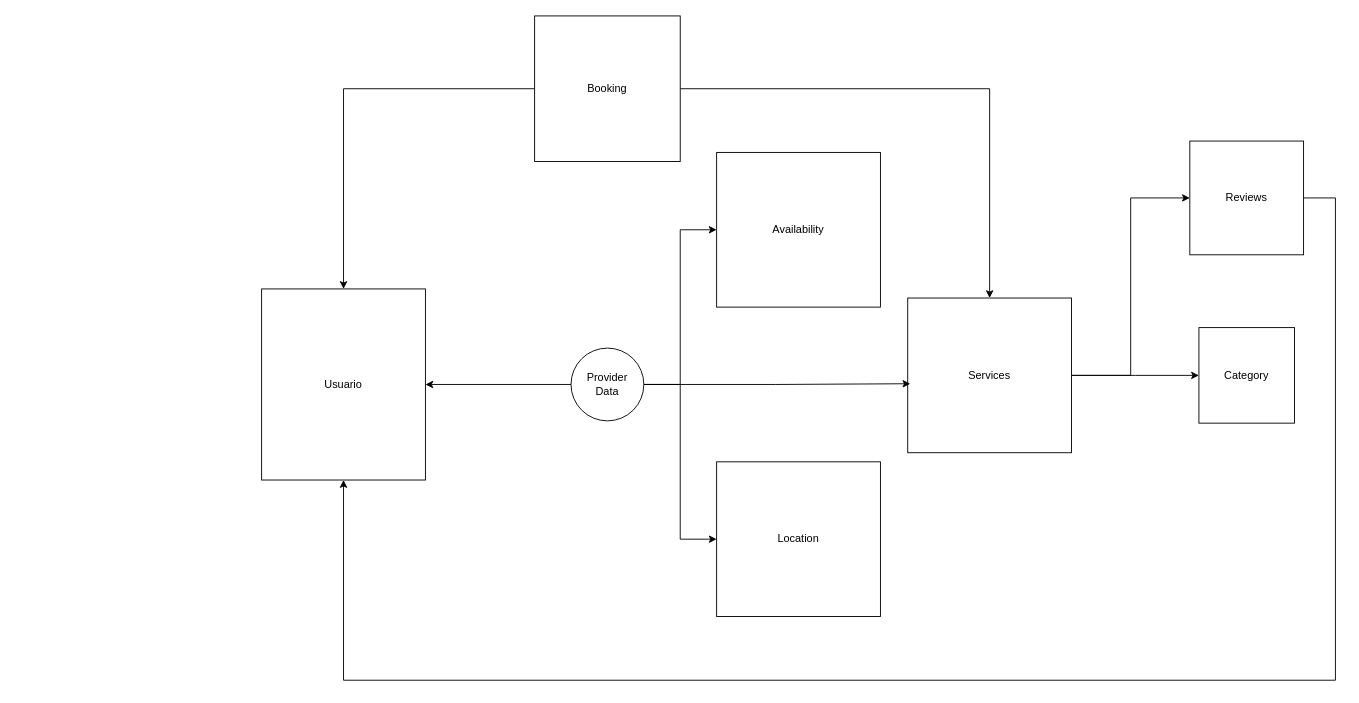
The draw.io diagram Canguru_db_diagram.drawio in MiqueasLedesma98/canguru_back, before the edit. Source tidied: cells renumbered, new cells numbered last; positions are measured from the earlier drawing's top-left corner, leaving out a move shared by most shapes. Both pictures are drawn from the tidied source at 91%, with x=0, y=0 at pixel (261, 15).
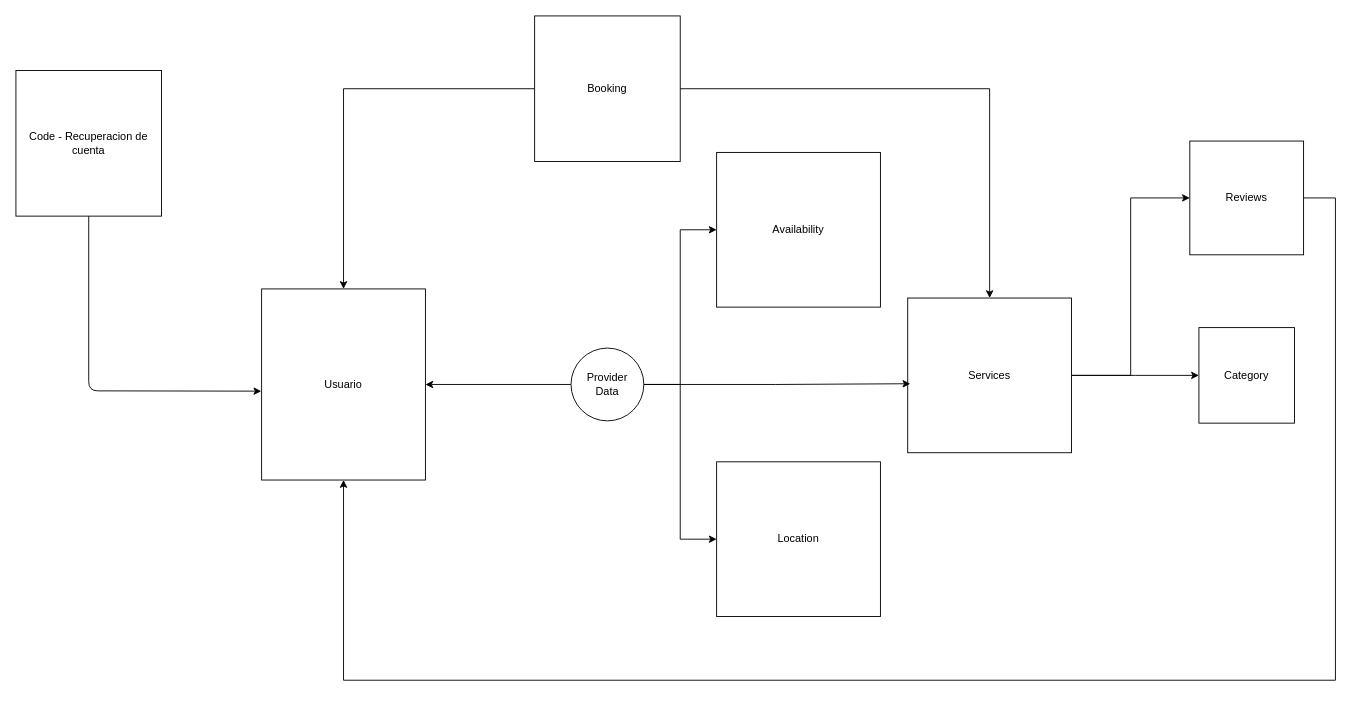
The same diagram, later.

The change refers to these unchanged cells:
```xml
<mxCell id="2" value="Usuario" style="rounded=0;whiteSpace=wrap;html=1;" parent="1" vertex="1">
  <mxGeometry y="300" width="180" height="210" as="geometry" />
</mxCell>
```

The edit, as a diff of the source:
```diff
@@
+    <mxCell id="19" style="edgeStyle=none;html=1;entryX=-0.002;entryY=0.535;entryDx=0;entryDy=0;entryPerimeter=0;" parent="1" edge="1" source="20" target="2">
+      <mxGeometry relative="1" as="geometry">
+        <Array as="points">
+          <mxPoint x="-190" y="412" />
+        </Array>
+      </mxGeometry>
+    </mxCell>
+    <mxCell id="20" value="Code - Recuperacion de cuenta" style="whiteSpace=wrap;html=1;" parent="1" vertex="1">
+      <mxGeometry x="-270" y="60" width="160" height="160" as="geometry" />
+    </mxCell>
```
